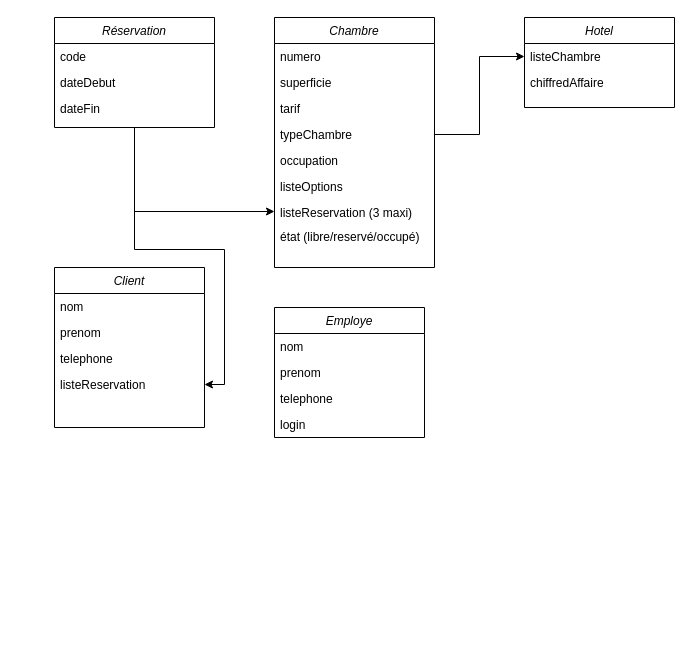
DWils/GestionHotel keeps this draw.io diagram as Untitled Diagram.drawio. Above is the earlier version. Source tidied: cells renumbered, new cells numbered last; positions are measured from the earlier drawing's top-left corner, leaving out a move shared by most shapes. Both pictures are drawn from the tidied source at 100%, with x=0, y=0 at pixel (54, 17).
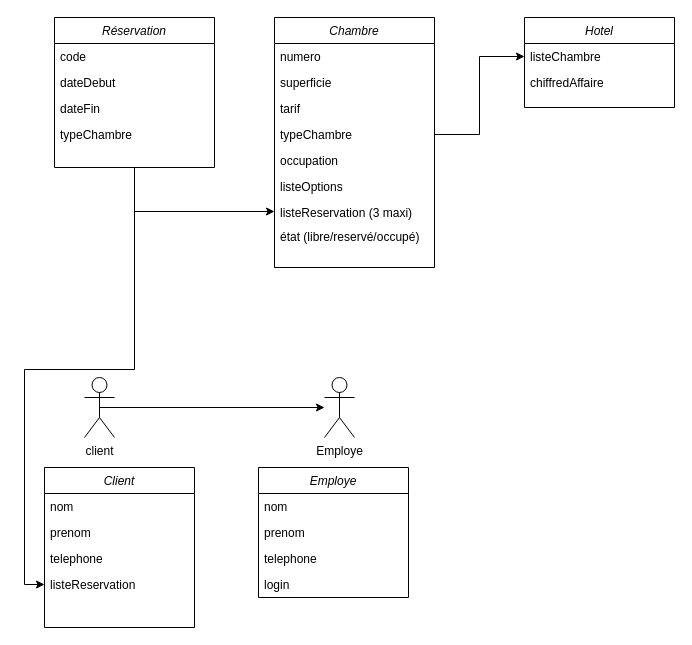
The same page after the edit.

Unchanged cells that the change refers to:
```xml
<mxCell id="24" value="listeReservation" style="text;align=left;verticalAlign=top;spacingLeft=4;spacingRight=4;overflow=hidden;points=[[0,0.5],[1,0.5]];portConstraint=eastwest;" parent="20" vertex="1">
  <mxGeometry y="104" width="150" height="26" as="geometry" />
</mxCell>
```

Change to the diagram source:
```diff
@@
-    <mxCell id="3" style="edgeStyle=orthogonalEdgeStyle;rounded=0;jettySize=auto;html=1;exitX=0.5;exitY=1;exitDx=0;exitDy=0;" parent="1" edge="1" source="4" target="24">
+    <mxCell id="3" style="edgeStyle=orthogonalEdgeStyle;rounded=0;jettySize=auto;html=1;exitX=0.5;exitY=1;exitDx=0;exitDy=0;entryX=0;entryY=0.5;entryDx=0;entryDy=0;" parent="1" edge="1" source="4" target="24">
       <mxGeometry relative="1" as="geometry" />
     </mxCell>
     <mxCell id="4" value="Réservation" style="swimlane;fontStyle=2;align=center;verticalAlign=top;horizontal=1;startSize=26;rounded=0;shadow=0;strokeWidth=1;" parent="1" vertex="1">
-      <mxGeometry width="160" height="110" as="geometry" />
+      <mxGeometry width="160" height="150" as="geometry" />
     </mxCell>
@@
+    <mxCell id="31" value="typeChambre" style="text;align=left;verticalAlign=top;spacingLeft=4;spacingRight=4;overflow=hidden;rounded=0;shadow=0;html=0;" parent="4" vertex="1">
+      <mxGeometry y="104" width="160" height="26" as="geometry" />
+    </mxCell>
@@
     <mxCell id="20" value="Client" style="swimlane;fontStyle=2;align=center;verticalAlign=top;horizontal=1;startSize=26;rounded=0;shadow=0;strokeWidth=1;" parent="1" vertex="1">
-      <mxGeometry y="250" width="150" height="160" as="geometry" />
+      <mxGeometry x="-10" y="450" width="150" height="160" as="geometry" />
     </mxCell>
@@
     <mxCell id="25" value="Employe" style="swimlane;fontStyle=2;align=center;verticalAlign=top;horizontal=1;startSize=26;rounded=0;shadow=0;strokeWidth=1;" parent="1" vertex="1">
-      <mxGeometry x="220" y="290" width="150" height="130" as="geometry" />
+      <mxGeometry x="204" y="450" width="150" height="130" as="geometry" />
     </mxCell>
@@
+    <mxCell id="32" style="edgeStyle=orthogonalEdgeStyle;rounded=0;jettySize=auto;html=1;exitX=0.5;exitY=0.5;exitDx=0;exitDy=0;exitPerimeter=0;" parent="1" edge="1" source="33" target="34">
+      <mxGeometry relative="1" as="geometry" />
+    </mxCell>
+    <mxCell id="33" value="client" style="shape=umlActor;verticalLabelPosition=bottom;verticalAlign=top;html=1;" parent="1" vertex="1">
+      <mxGeometry x="30" y="360" width="30" height="60" as="geometry" />
+    </mxCell>
+    <mxCell id="34" value="Employe" style="shape=umlActor;verticalLabelPosition=bottom;verticalAlign=top;html=1;" parent="1" vertex="1">
+      <mxGeometry x="270" y="360" width="30" height="60" as="geometry" />
+    </mxCell>
```
